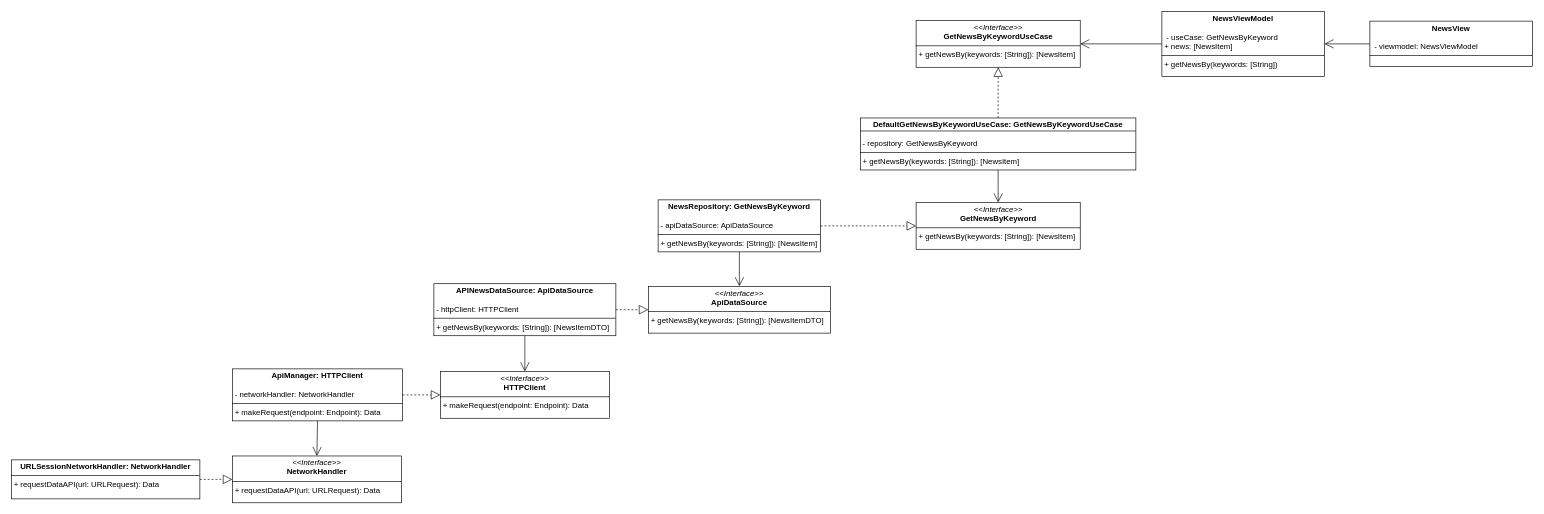
This is page "CleanArchitecture" (3 of 3) of 002_clean_architecture/resources/CleanArchitectureExampleUML.drawio from josemortizs/ArticulosTecnicos, a draw.io file, before an edit. Source tidied: cells renumbered, new cells numbered last; positions are measured from the earlier drawing's top-left corner, leaving out a move shared by most shapes. Both pictures are drawn from the tidied source at 65%, with x=0, y=0 at pixel (11, 11).
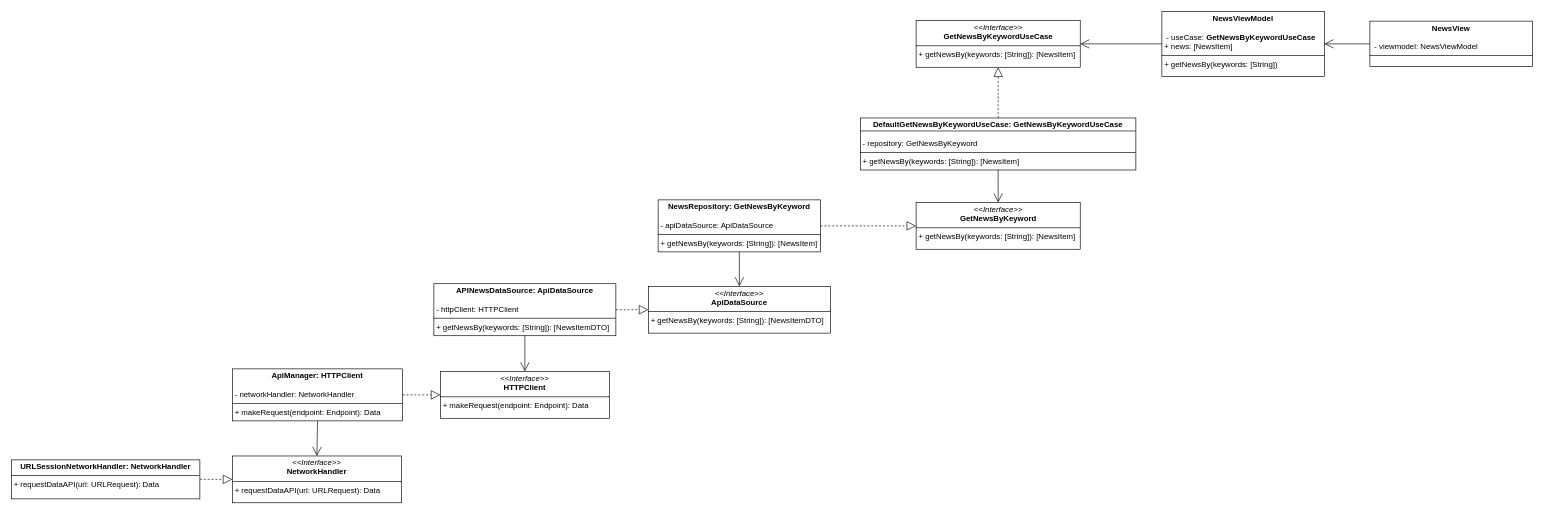
After the change.

Diff of the diagram source:
```diff
@@
-    <mxCell id="20" value="&lt;p style=&quot;margin:0px;margin-top:4px;text-align:center;&quot;&gt;&lt;b&gt;NewsViewModel&lt;/b&gt;&lt;/p&gt;&lt;p style=&quot;margin:0px;margin-left:4px;&quot;&gt;&lt;br&gt;&lt;/p&gt;&lt;p style=&quot;margin:0px;margin-left:4px;&quot;&gt;&amp;nbsp;- useCase: GetNewsByKeyword&lt;/p&gt;&lt;p style=&quot;margin:0px;margin-left:4px;&quot;&gt;+ news: [NewsItem]&lt;/p&gt;&lt;hr size=&quot;1&quot; style=&quot;border-style:solid;&quot;&gt;&lt;p style=&quot;margin:0px;margin-left:4px;&quot;&gt;+ getNewsBy(keywords: [String])&lt;/p&gt;" style="verticalAlign=top;align=left;overflow=fill;html=1;whiteSpace=wrap;" parent="1" vertex="1">
+    <mxCell id="20" value="&lt;p style=&quot;margin:0px;margin-top:4px;text-align:center;&quot;&gt;&lt;b&gt;NewsViewModel&lt;/b&gt;&lt;/p&gt;&lt;p style=&quot;margin:0px;margin-left:4px;&quot;&gt;&lt;br&gt;&lt;/p&gt;&lt;p style=&quot;margin:0px;margin-left:4px;&quot;&gt;&amp;nbsp;- useCase:&amp;nbsp;&lt;b style=&quot;background-color: initial; text-align: center;&quot;&gt;GetNewsByKeywordUseCase&lt;/b&gt;&lt;/p&gt;&lt;p style=&quot;margin:0px;margin-left:4px;&quot;&gt;+ news: [NewsItem]&lt;/p&gt;&lt;hr size=&quot;1&quot; style=&quot;border-style:solid;&quot;&gt;&lt;p style=&quot;margin:0px;margin-left:4px;&quot;&gt;+ getNewsBy(keywords: [String])&lt;/p&gt;" style="verticalAlign=top;align=left;overflow=fill;html=1;whiteSpace=wrap;" parent="1" vertex="1">
       <mxGeometry x="1770" width="250" height="100" as="geometry" />
     </mxCell>
```
